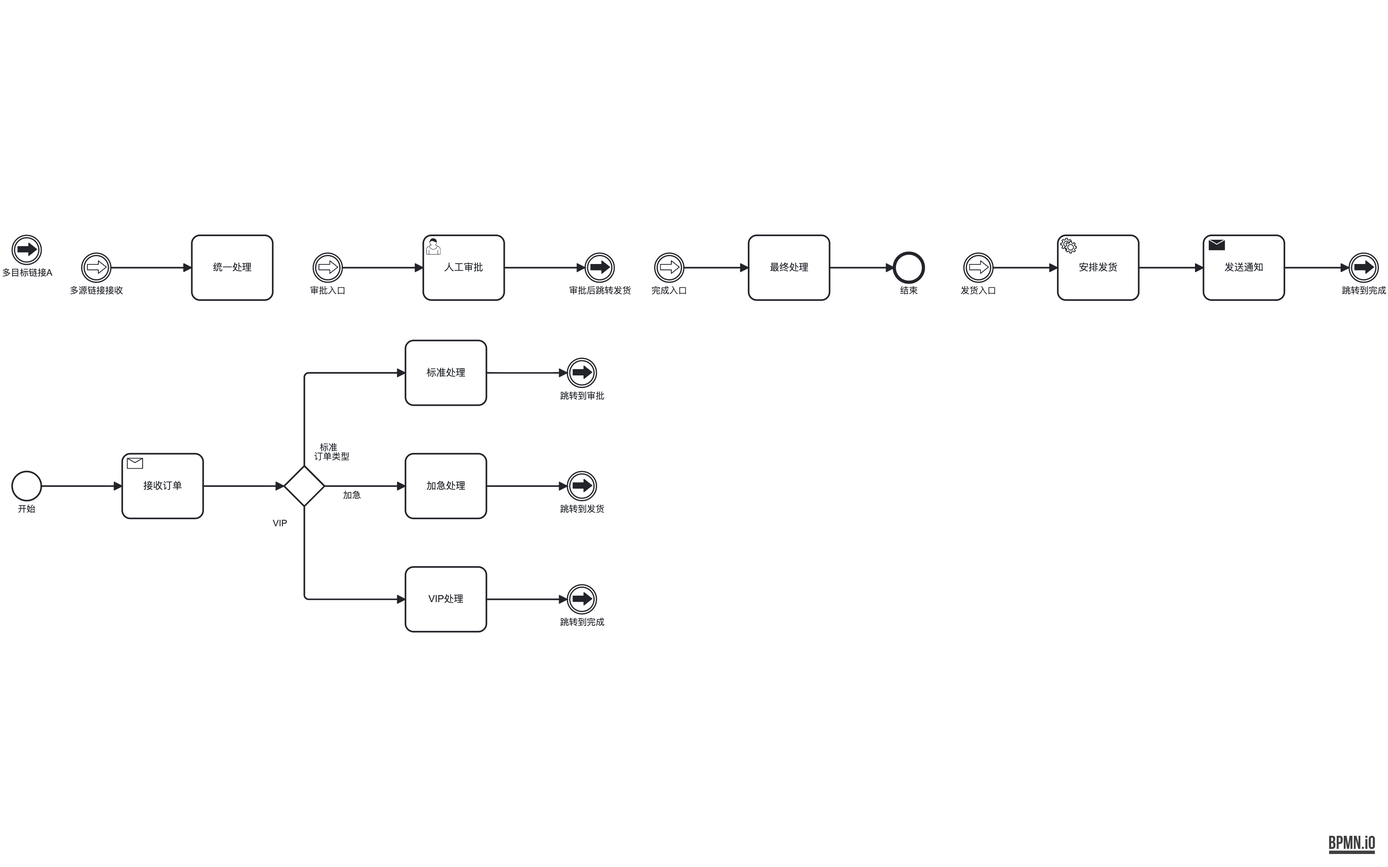
This is out-bpmn-png/15-link-events.png from LcpMarvel/tramito-layout, a BPMN export, as it was before one commit. Its source is kept beside it as out-xml/15-link-events.bpmn. Ids are renumbered.
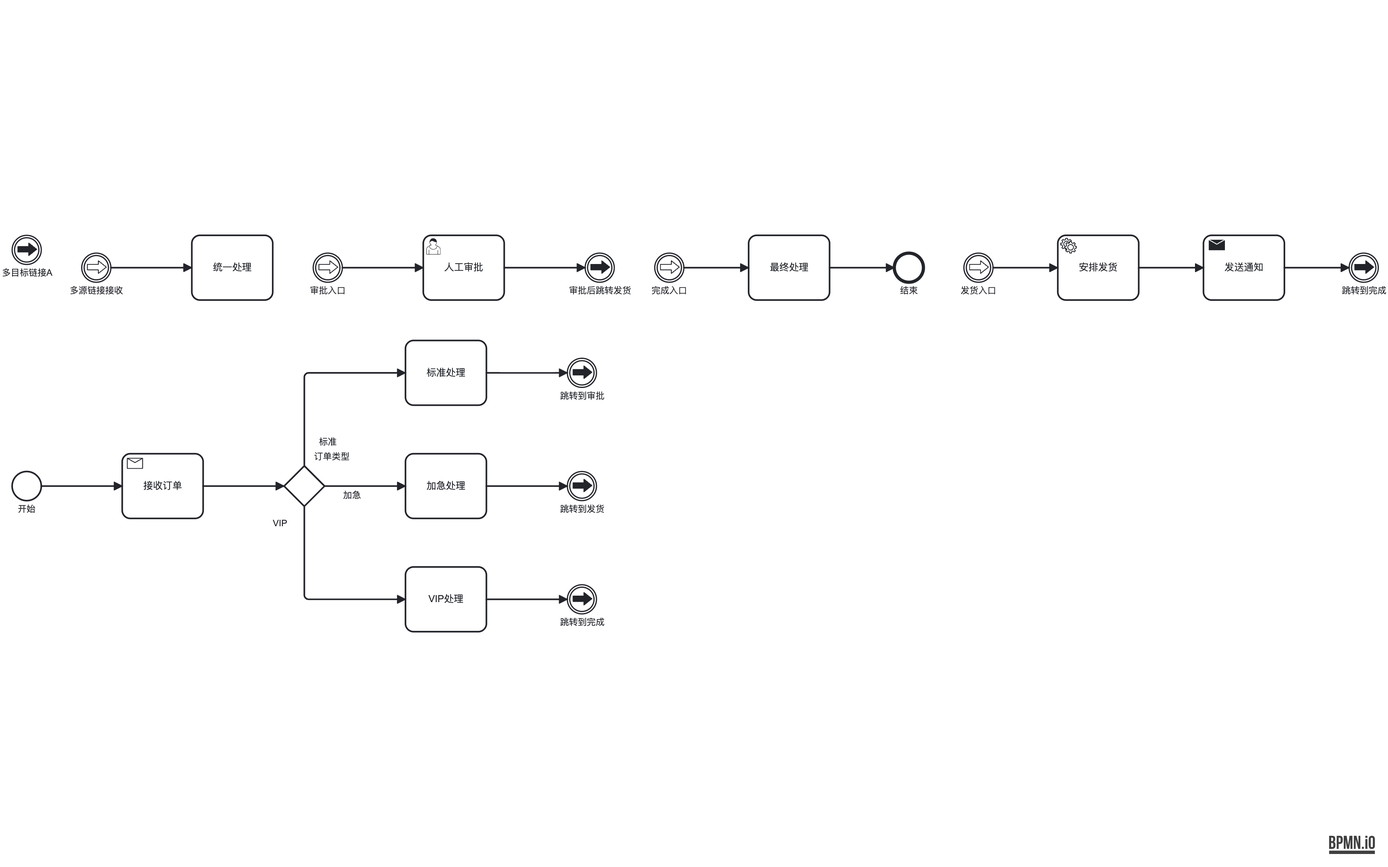
The same file after the commit.

What changed in the source:
```diff
@@ -232,7 +232,7 @@
         <di:waypoint x="423" y="202" />
         <di:waypoint x="548" y="202" />
         <bpmndi:BPMNLabel>
-          <dc:Bounds x="428" y="288" width="50" height="14" />
+          <dc:Bounds x="427" y="281.25" width="50" height="14" />
         </bpmndi:BPMNLabel>
       </bpmndi:BPMNEdge>
       <bpmndi:BPMNEdge id="flow_express_di" bpmnElement="flow_express">
```
